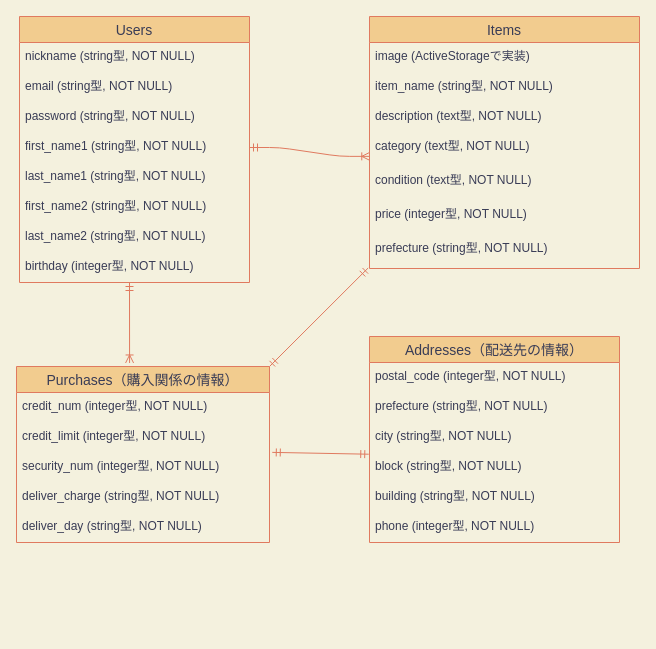
Above: furima.dio in Kotaro126/furima-30522 (draw.io), before the change. Source tidied: cells renumbered, new cells numbered last; positions are measured from the earlier drawing's top-left corner, leaving out a move shared by most shapes. Both pictures are drawn from the tidied source at 100%, with x=0, y=0 at pixel (16, 16).
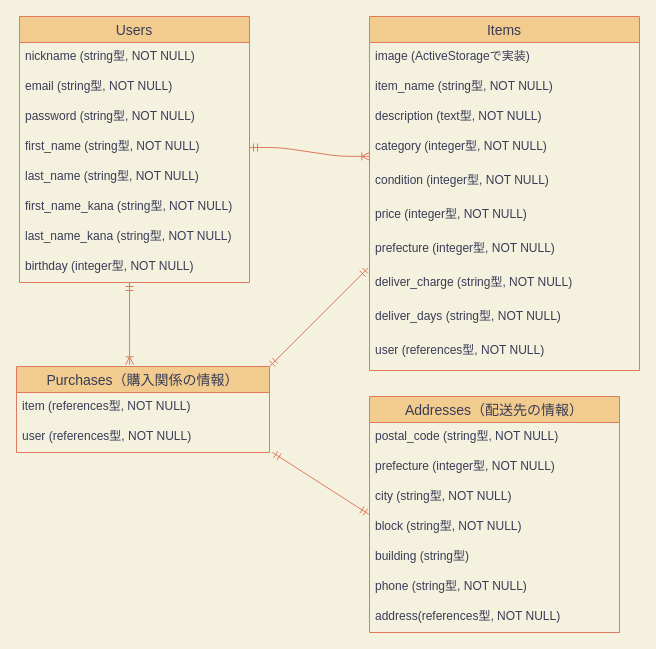
After the change.

Commit message (it also covers changes not shown here):
コードレビュー1の修正済み

Unchanged cells that the change refers to:
```xml
<mxCell id="3" value="Users" style="swimlane;fontStyle=0;horizontal=1;startSize=26;align=center;fontSize=14;fillColor=#F2CC8F;strokeColor=#E07A5F;fontColor=#393C56;" parent="1" vertex="1">
  <mxGeometry x="3" width="230" height="266" as="geometry" />
</mxCell>
<mxCell id="33" value="block (string型, NOT NULL)" style="text;strokeColor=none;fillColor=none;spacingLeft=4;spacingRight=4;overflow=hidden;points=[[0,0.5],[1,0.5]];portConstraint=eastwest;fontSize=12;fontColor=#393C56;" parent="29" vertex="1">
  <mxGeometry y="116" width="250" height="30" as="geometry" />
</mxCell>
```

What changed in the source:
```diff
@@
-    <mxCell id="7" value="first_name1 (string型, NOT NULL)" style="text;strokeColor=none;fillColor=none;spacingLeft=4;spacingRight=4;overflow=hidden;points=[[0,0.5],[1,0.5]];portConstraint=eastwest;fontSize=12;fontColor=#393C56;" parent="3" vertex="1">
+    <mxCell id="7" value="first_name (string型, NOT NULL)" style="text;strokeColor=none;fillColor=none;spacingLeft=4;spacingRight=4;overflow=hidden;points=[[0,0.5],[1,0.5]];portConstraint=eastwest;fontSize=12;fontColor=#393C56;" parent="3" vertex="1">
       <mxGeometry y="116" width="230" height="30" as="geometry" />
     </mxCell>
-    <mxCell id="8" value="last_name1 (string型, NOT NULL)" style="text;strokeColor=none;fillColor=none;spacingLeft=4;spacingRight=4;overflow=hidden;fontSize=12;fontColor=#393C56;" parent="3" vertex="1">
+    <mxCell id="8" value="last_name (string型, NOT NULL)" style="text;strokeColor=none;fillColor=none;spacingLeft=4;spacingRight=4;overflow=hidden;fontSize=12;fontColor=#393C56;" parent="3" vertex="1">
       <mxGeometry y="146" width="230" height="30" as="geometry" />
     </mxCell>
-    <mxCell id="9" value="first_name2 (string型, NOT NULL)" style="text;strokeColor=none;fillColor=none;spacingLeft=4;spacingRight=4;overflow=hidden;fontSize=12;fontColor=#393C56;" parent="3" vertex="1">
+    <mxCell id="9" value="first_name_kana (string型, NOT NULL)" style="text;strokeColor=none;fillColor=none;spacingLeft=4;spacingRight=4;overflow=hidden;fontSize=12;fontColor=#393C56;" parent="3" vertex="1">
       <mxGeometry y="176" width="230" height="30" as="geometry" />
     </mxCell>
@@
-    <mxCell id="11" value="last_name2 (string型, NOT NULL)" style="text;strokeColor=none;fillColor=none;spacingLeft=4;spacingRight=4;overflow=hidden;fontSize=12;fontColor=#393C56;" parent="3" vertex="1">
+    <mxCell id="11" value="last_name_kana (string型, NOT NULL)" style="text;strokeColor=none;fillColor=none;spacingLeft=4;spacingRight=4;overflow=hidden;fontSize=12;fontColor=#393C56;" parent="3" vertex="1">
       <mxGeometry y="206" width="230" height="30" as="geometry" />
     </mxCell>
@@
     <mxCell id="13" value="Purchases（購入関係の情報）" style="swimlane;fontStyle=0;horizontal=1;startSize=26;align=center;fontSize=14;fillColor=#F2CC8F;strokeColor=#E07A5F;fontColor=#393C56;" parent="1" vertex="1">
-      <mxGeometry y="350" width="253" height="176" as="geometry" />
+      <mxGeometry y="350" width="253" height="86" as="geometry" />
     </mxCell>
-    <mxCell id="14" value="credit_num (integer型, NOT NULL)" style="text;strokeColor=none;fillColor=none;spacingLeft=4;spacingRight=4;overflow=hidden;fontSize=12;fontColor=#393C56;" parent="13" vertex="1">
+    <mxCell id="14" value="item (references型, NOT NULL)" style="text;strokeColor=none;fillColor=none;spacingLeft=4;spacingRight=4;overflow=hidden;fontSize=12;fontColor=#393C56;" parent="13" vertex="1">
       <mxGeometry y="26" width="253" height="30" as="geometry" />
     </mxCell>
-    <mxCell id="15" value="credit_limit (integer型, NOT NULL)" style="text;strokeColor=none;fillColor=none;spacingLeft=4;spacingRight=4;overflow=hidden;points=[[0,0.5],[1,0.5]];portConstraint=eastwest;fontSize=12;fontColor=#393C56;" parent="13" vertex="1">
-      <mxGeometry y="56" width="253" height="30" as="geometry" />
-    </mxCell>
-    <mxCell id="16" value="security_num (integer型, NOT NULL)" style="text;strokeColor=none;fillColor=none;spacingLeft=4;spacingRight=4;overflow=hidden;fontSize=12;fontColor=#393C56;" parent="13" vertex="1">
-      <mxGeometry y="86" width="253" height="30" as="geometry" />
-    </mxCell>
-    <mxCell id="17" value="deliver_charge (string型, NOT NULL)" style="text;strokeColor=none;fillColor=none;spacingLeft=4;spacingRight=4;overflow=hidden;fontSize=12;fontColor=#393C56;" parent="13" vertex="1">
-      <mxGeometry y="116" width="253" height="30" as="geometry" />
-    </mxCell>
-    <mxCell id="18" value="deliver_day (string型, NOT NULL)" style="text;strokeColor=none;fillColor=none;spacingLeft=4;spacingRight=4;overflow=hidden;fontSize=12;fontColor=#393C56;" parent="13" vertex="1">
-      <mxGeometry y="146" width="253" height="30" as="geometry" />
-    </mxCell>
+    <mxCell id="36" value="user (references型, NOT NULL)" style="text;strokeColor=none;fillColor=none;spacingLeft=4;spacingRight=4;overflow=hidden;fontSize=12;fontColor=#393C56;" parent="13" vertex="1">
+      <mxGeometry y="56" width="253" height="30" as="geometry" />
+    </mxCell>
-    <mxCell id="19" style="fontSize=12;html=1;endArrow=ERmandOne;startArrow=ERmandOne;strokeColor=#E07A5F;fillColor=#F2CC8F;exitX=1.011;exitY=0.996;exitDx=0;exitDy=0;exitPerimeter=0;entryX=-0.003;entryY=0.057;entryDx=0;entryDy=0;entryPerimeter=0;" parent="1" edge="1" source="15" target="33">
-      <mxGeometry relative="1" as="geometry" />
+    <mxCell id="19" style="fontSize=12;html=1;endArrow=ERmandOne;startArrow=ERmandOne;strokeColor=#E07A5F;fillColor=#F2CC8F;exitX=1.011;exitY=0.996;exitDx=0;exitDy=0;exitPerimeter=0;entryX=-0.003;entryY=0.057;entryDx=0;entryDy=0;entryPerimeter=0;" parent="1" edge="1" target="33">
+      <mxGeometry relative="1" as="geometry">
+        <mxPoint x="255.8" y="435.9" as="sourcePoint" />
+      </mxGeometry>
     </mxCell>
     <mxCell id="20" value="Items" style="swimlane;fontStyle=0;horizontal=1;startSize=26;align=center;fontSize=14;fillColor=#F2CC8F;strokeColor=#E07A5F;fontColor=#393C56;" parent="1" vertex="1">
-      <mxGeometry x="353" width="270" height="252" as="geometry" />
+      <mxGeometry x="353" width="270" height="354" as="geometry" />
     </mxCell>
@@
-    <mxCell id="24" value="category (text型, NOT NULL)" style="text;strokeColor=none;fillColor=none;spacingLeft=4;spacingRight=4;overflow=hidden;points=[[0,0.5],[1,0.5]];portConstraint=eastwest;fontSize=12;fontColor=#393C56;" parent="20" vertex="1">
+    <mxCell id="24" value="category (integer型, NOT NULL)" style="text;strokeColor=none;fillColor=none;spacingLeft=4;spacingRight=4;overflow=hidden;points=[[0,0.5],[1,0.5]];portConstraint=eastwest;fontSize=12;fontColor=#393C56;" parent="20" vertex="1">
       <mxGeometry y="116" width="270" height="34" as="geometry" />
     </mxCell>
-    <mxCell id="25" value="condition (text型, NOT NULL)" style="text;strokeColor=none;fillColor=none;spacingLeft=4;spacingRight=4;overflow=hidden;fontSize=12;fontColor=#393C56;" parent="20" vertex="1">
+    <mxCell id="25" value="condition (integer型, NOT NULL)" style="text;strokeColor=none;fillColor=none;spacingLeft=4;spacingRight=4;overflow=hidden;fontSize=12;fontColor=#393C56;" parent="20" vertex="1">
       <mxGeometry y="150" width="270" height="34" as="geometry" />
     </mxCell>
@@
-    <mxCell id="27" value="prefecture (string型, NOT NULL)" style="text;strokeColor=none;fillColor=none;spacingLeft=4;spacingRight=4;overflow=hidden;points=[[0,0.5],[1,0.5]];portConstraint=eastwest;fontSize=12;fontColor=#393C56;" parent="20" vertex="1">
+    <mxCell id="27" value="prefecture (integer型, NOT NULL)" style="text;strokeColor=none;fillColor=none;spacingLeft=4;spacingRight=4;overflow=hidden;points=[[0,0.5],[1,0.5]];portConstraint=eastwest;fontSize=12;fontColor=#393C56;" parent="20" vertex="1">
       <mxGeometry y="218" width="270" height="34" as="geometry" />
     </mxCell>
+    <mxCell id="17" value="deliver_charge (string型, NOT NULL)" style="text;strokeColor=none;fillColor=none;spacingLeft=4;spacingRight=4;overflow=hidden;fontSize=12;fontColor=#393C56;" parent="20" vertex="1">
+      <mxGeometry y="252" width="270" height="34" as="geometry" />
+    </mxCell>
+    <mxCell id="37" value="deliver_days (string型, NOT NULL)" style="text;strokeColor=none;fillColor=none;spacingLeft=4;spacingRight=4;overflow=hidden;fontSize=12;fontColor=#393C56;" parent="20" vertex="1">
+      <mxGeometry y="286" width="270" height="34" as="geometry" />
+    </mxCell>
+    <mxCell id="38" value="user (references型, NOT NULL)" style="text;strokeColor=none;fillColor=none;spacingLeft=4;spacingRight=4;overflow=hidden;fontSize=12;fontColor=#393C56;" parent="20" vertex="1">
+      <mxGeometry y="320" width="270" height="34" as="geometry" />
+    </mxCell>
@@
     <mxCell id="29" value="Addresses（配送先の情報）" style="swimlane;fontStyle=0;horizontal=1;startSize=26;align=center;fontSize=14;fillColor=#F2CC8F;strokeColor=#E07A5F;fontColor=#393C56;" parent="1" vertex="1">
-      <mxGeometry x="353" y="320" width="250" height="206" as="geometry" />
+      <mxGeometry x="353" y="380" width="250" height="236" as="geometry" />
     </mxCell>
-    <mxCell id="30" value="postal_code (integer型, NOT NULL)&#10;" style="text;strokeColor=none;fillColor=none;spacingLeft=4;spacingRight=4;overflow=hidden;fontSize=12;fontColor=#393C56;" parent="29" vertex="1">
+    <mxCell id="30" value="postal_code (string型, NOT NULL)&#10;" style="text;strokeColor=none;fillColor=none;spacingLeft=4;spacingRight=4;overflow=hidden;fontSize=12;fontColor=#393C56;" parent="29" vertex="1">
       <mxGeometry y="26" width="250" height="30" as="geometry" />
     </mxCell>
-    <mxCell id="31" value="prefecture (string型, NOT NULL)" style="text;strokeColor=none;fillColor=none;spacingLeft=4;spacingRight=4;overflow=hidden;fontSize=12;fontColor=#393C56;" parent="29" vertex="1">
+    <mxCell id="31" value="prefecture (integer型, NOT NULL)" style="text;strokeColor=none;fillColor=none;spacingLeft=4;spacingRight=4;overflow=hidden;fontSize=12;fontColor=#393C56;" parent="29" vertex="1">
       <mxGeometry y="56" width="250" height="30" as="geometry" />
     </mxCell>
@@
-    <mxCell id="34" value="building (string型, NOT NULL)" style="text;strokeColor=none;fillColor=none;spacingLeft=4;spacingRight=4;overflow=hidden;fontSize=12;fontColor=#393C56;" parent="29" vertex="1">
+    <mxCell id="34" value="building (string型)" style="text;strokeColor=none;fillColor=none;spacingLeft=4;spacingRight=4;overflow=hidden;fontSize=12;fontColor=#393C56;" parent="29" vertex="1">
       <mxGeometry y="146" width="250" height="30" as="geometry" />
     </mxCell>
-    <mxCell id="35" value="phone (integer型, NOT NULL)" style="text;strokeColor=none;fillColor=none;spacingLeft=4;spacingRight=4;overflow=hidden;fontSize=12;fontColor=#393C56;" parent="29" vertex="1">
+    <mxCell id="35" value="phone (string型, NOT NULL)" style="text;strokeColor=none;fillColor=none;spacingLeft=4;spacingRight=4;overflow=hidden;fontSize=12;fontColor=#393C56;" parent="29" vertex="1">
       <mxGeometry y="176" width="250" height="30" as="geometry" />
     </mxCell>
+    <mxCell id="39" value="address(references型, NOT NULL)" style="text;strokeColor=none;fillColor=none;spacingLeft=4;spacingRight=4;overflow=hidden;fontSize=12;fontColor=#393C56;" parent="29" vertex="1">
+      <mxGeometry y="206" width="250" height="30" as="geometry" />
+    </mxCell>
```
